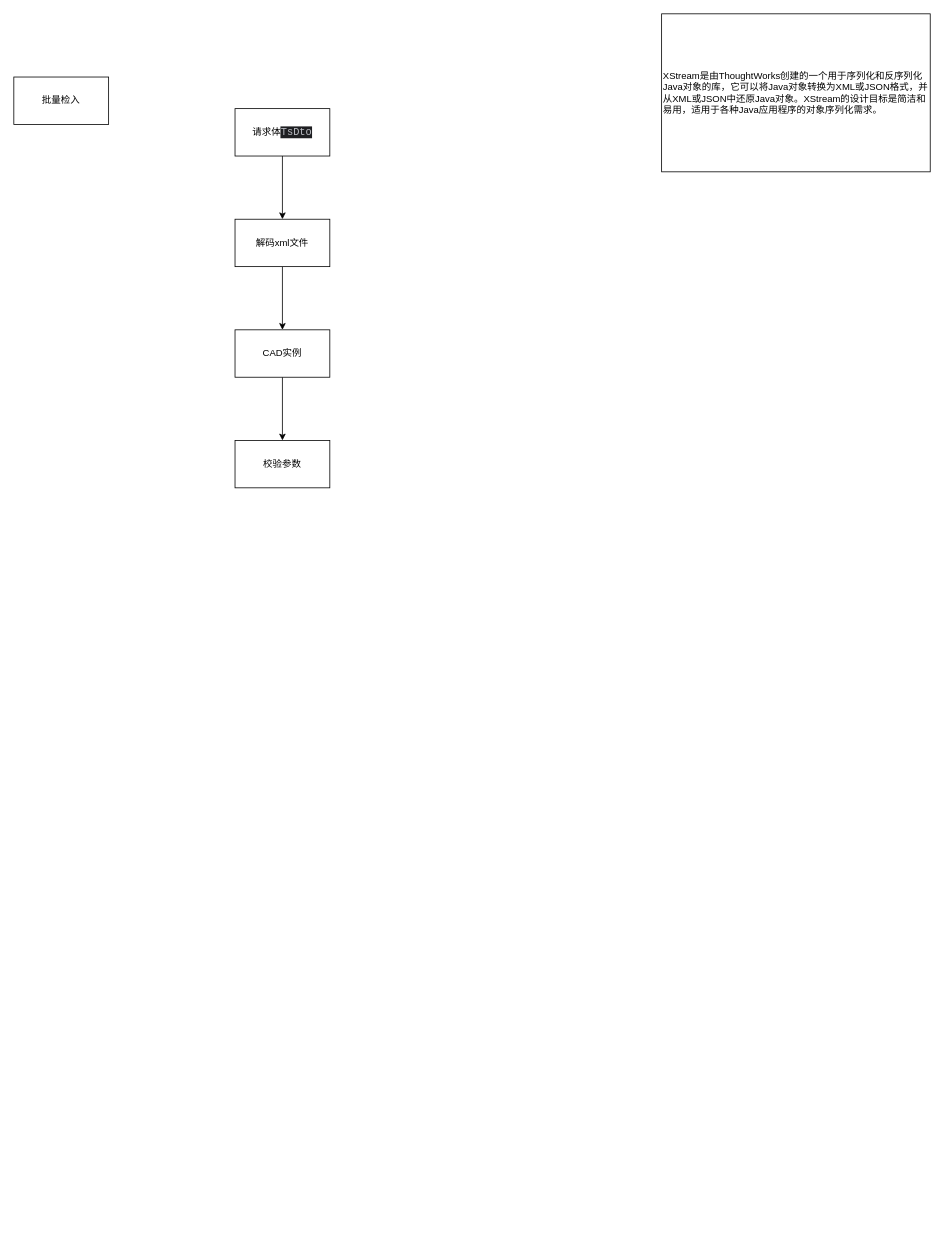
fll149866/diagrams keeps this draw.io diagram as 成飞项目逻辑梳理.drawio. Above is the earlier version. Source tidied: cells renumbered, new cells numbered last; positions are measured from the earlier drawing's top-left corner, leaving out a move shared by most shapes. Both pictures are drawn from the tidied source at 79%, with x=0, y=0 at pixel (13, 13).
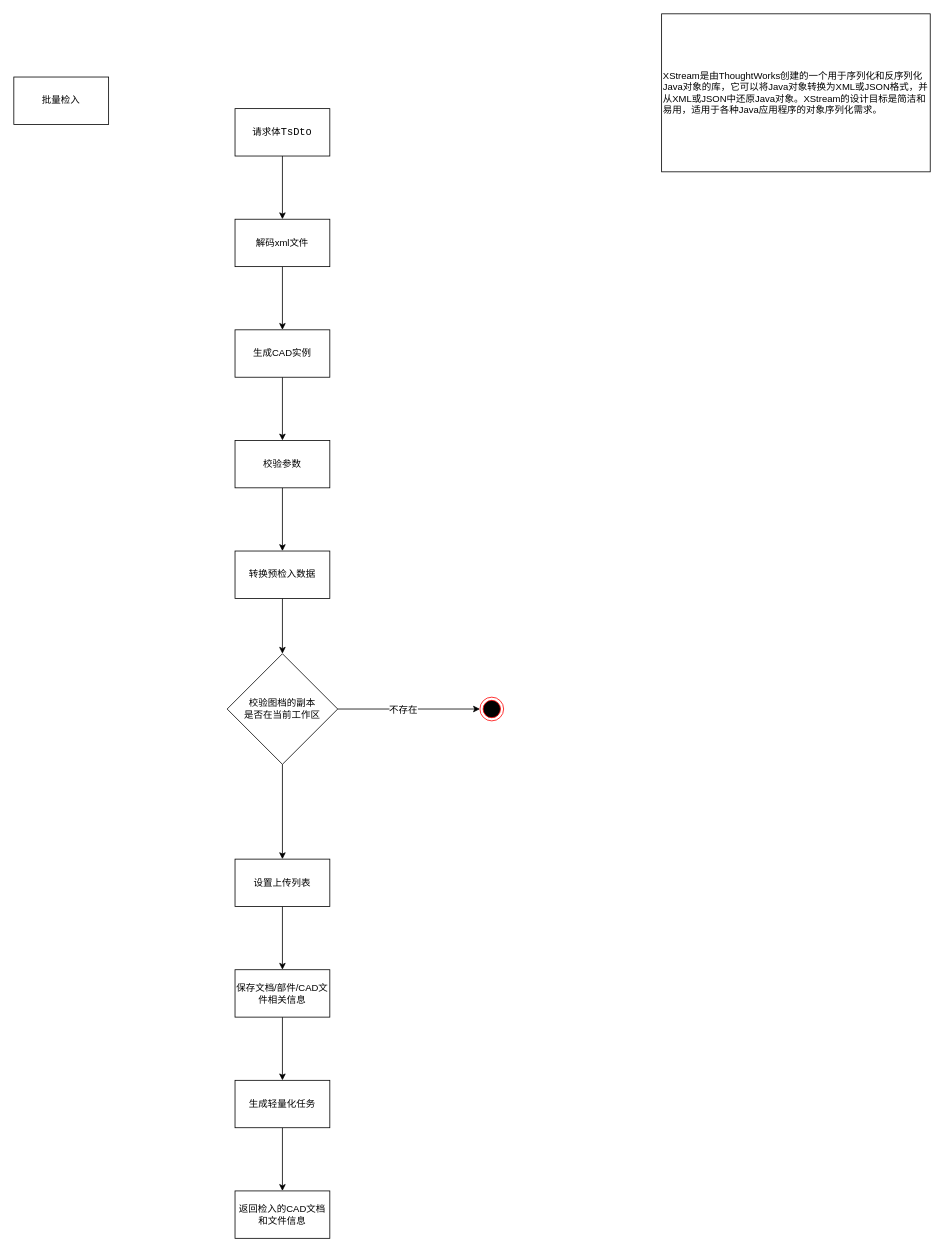
The same diagram, later.

Commit message:
更新成飞项目逻辑梳理.drawio

The change refers to these unchanged cells:
```xml
<mxCell id="10" value="校验参数" style="whiteSpace=wrap;html=1;rounded=0;" parent="1" vertex="1">
  <mxGeometry x="280" y="540" width="120" height="60" as="geometry" />
</mxCell>
```

What changed in the source:
```diff
@@
-    <mxCell id="8" value="CAD实例" style="whiteSpace=wrap;html=1;rounded=0;" parent="1" vertex="1">
+    <mxCell id="8" value="生成CAD实例" style="whiteSpace=wrap;html=1;rounded=0;" parent="1" vertex="1">
       <mxGeometry x="280" y="400" width="120" height="60" as="geometry" />
     </mxCell>
-    <mxCell id="9" value="请求体&lt;span style=&quot;font-family: &amp;quot;JetBrains Mono&amp;quot;, monospace; font-size: 9.8pt; background-color: rgb(30, 31, 34); color: rgb(188, 190, 196);&quot;&gt;TsDto&lt;/span&gt;" style="whiteSpace=wrap;html=1;rounded=0;" parent="1" vertex="1">
+    <mxCell id="9" value="请求体&lt;span style=&quot;font-family: &amp;quot;JetBrains Mono&amp;quot;, monospace; font-size: 9.8pt; background-color: rgb(255, 255, 255);&quot;&gt;TsDto&lt;/span&gt;" style="whiteSpace=wrap;html=1;rounded=0;" parent="1" vertex="1">
       <mxGeometry x="280" y="120" width="120" height="60" as="geometry" />
     </mxCell>
+    <mxCell id="11" style="edgeStyle=orthogonalEdgeStyle;rounded=0;jettySize=auto;html=1;" parent="1" edge="1" source="10" target="13">
+      <mxGeometry relative="1" as="geometry" />
+    </mxCell>
@@
+    <mxCell id="12" style="edgeStyle=orthogonalEdgeStyle;rounded=0;jettySize=auto;html=1;entryX=0.5;entryY=0;entryDx=0;entryDy=0;" parent="1" edge="1" source="13" target="17">
+      <mxGeometry relative="1" as="geometry" />
+    </mxCell>
+    <mxCell id="13" value="转换预检入数据" style="whiteSpace=wrap;html=1;rounded=0;" parent="1" vertex="1">
+      <mxGeometry x="280" y="680" width="120" height="60" as="geometry" />
+    </mxCell>
+    <mxCell id="14" style="edgeStyle=orthogonalEdgeStyle;rounded=0;jettySize=auto;html=1;exitX=1;exitY=0.5;exitDx=0;exitDy=0;entryX=0;entryY=0.5;entryDx=0;entryDy=0;fontFamily=Helvetica;fontSize=12;fontColor=default;" parent="1" edge="1" source="17" target="18">
+      <mxGeometry relative="1" as="geometry" />
+    </mxCell>
+    <mxCell id="15" value="不存在" style="edgeLabel;html=1;align=center;verticalAlign=middle;rounded=0;strokeColor=default;fontFamily=Helvetica;fontSize=12;fontColor=default;fillColor=default;" parent="14" vertex="1">
+      <mxGeometry x="-0.09" relative="1" as="geometry" />
+    </mxCell>
+    <mxCell id="16" style="edgeStyle=orthogonalEdgeStyle;rounded=0;jettySize=auto;html=1;fontFamily=Helvetica;fontSize=12;fontColor=default;" parent="1" edge="1" source="17" target="20">
+      <mxGeometry relative="1" as="geometry" />
+    </mxCell>
+    <mxCell id="17" value="校验图档的副本&lt;br&gt;是否在当前工作区" style="rhombus;whiteSpace=wrap;html=1;rounded=0;strokeColor=default;align=center;verticalAlign=middle;fontFamily=Helvetica;fontSize=12;fontColor=default;fillColor=default;" parent="1" vertex="1">
+      <mxGeometry x="270" y="810" width="140" height="140" as="geometry" />
+    </mxCell>
+    <mxCell id="18" style="ellipse;html=1;shape=endState;fillColor=#000000;strokeColor=#ff0000;rounded=0;align=center;verticalAlign=middle;fontFamily=Helvetica;fontSize=12;fontColor=default;" parent="1" vertex="1">
+      <mxGeometry x="590" y="865" width="30" height="30" as="geometry" />
+    </mxCell>
+    <mxCell id="19" style="edgeStyle=orthogonalEdgeStyle;rounded=0;jettySize=auto;html=1;fontFamily=Helvetica;fontSize=12;fontColor=default;" parent="1" edge="1" source="20" target="22">
+      <mxGeometry relative="1" as="geometry" />
+    </mxCell>
+    <mxCell id="20" value="设置上传列表" style="whiteSpace=wrap;html=1;rounded=0;" parent="1" vertex="1">
+      <mxGeometry x="280" y="1070" width="120" height="60" as="geometry" />
+    </mxCell>
+    <mxCell id="21" style="edgeStyle=orthogonalEdgeStyle;rounded=0;jettySize=auto;html=1;fontFamily=Helvetica;fontSize=12;fontColor=default;" parent="1" edge="1" source="22" target="24">
+      <mxGeometry relative="1" as="geometry" />
+    </mxCell>
+    <mxCell id="22" value="保存文档/部件/CAD文件相关信息" style="whiteSpace=wrap;html=1;rounded=0;" parent="1" vertex="1">
+      <mxGeometry x="280" y="1210" width="120" height="60" as="geometry" />
+    </mxCell>
+    <mxCell id="23" style="edgeStyle=orthogonalEdgeStyle;rounded=0;jettySize=auto;html=1;fontFamily=Helvetica;fontSize=12;fontColor=default;" parent="1" edge="1" source="24" target="25">
+      <mxGeometry relative="1" as="geometry" />
+    </mxCell>
+    <mxCell id="24" value="生成轻量化任务" style="whiteSpace=wrap;html=1;rounded=0;" parent="1" vertex="1">
+      <mxGeometry x="280" y="1350" width="120" height="60" as="geometry" />
+    </mxCell>
+    <mxCell id="25" value="返回检入的CAD文档和文件信息" style="whiteSpace=wrap;html=1;rounded=0;" parent="1" vertex="1">
+      <mxGeometry x="280" y="1490" width="120" height="60" as="geometry" />
+    </mxCell>
```
